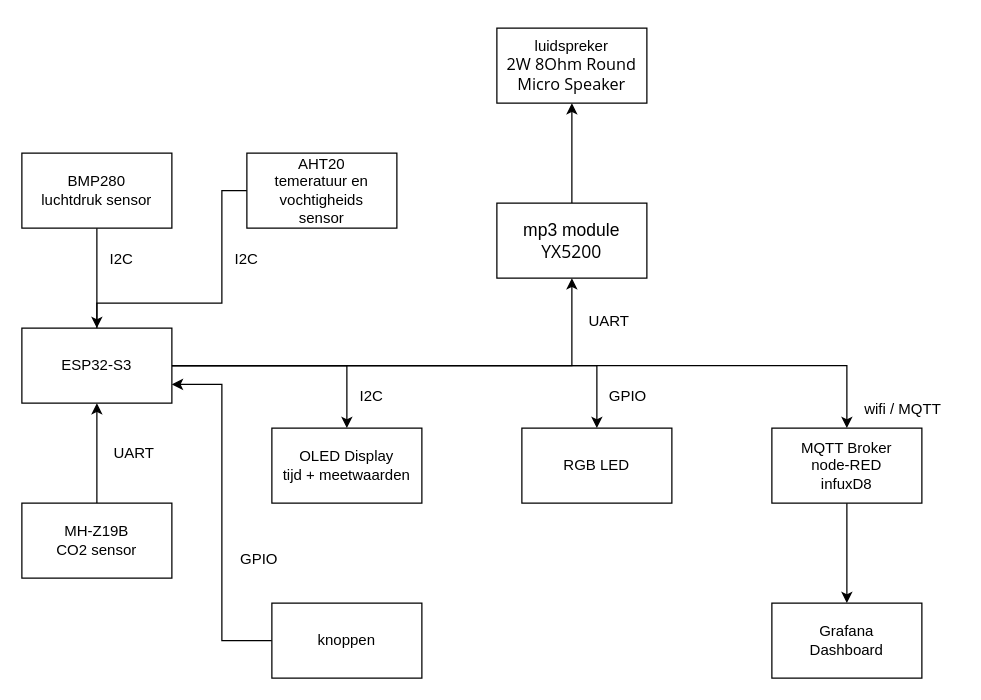
This is docs/blokdiagramIoT.drawio from TiesBerghs447/IoT-smart-air-clock, a draw.io file, before an edit. Source tidied: cells renumbered, new cells numbered last; positions are measured from the earlier drawing's top-left corner, leaving out a move shared by most shapes. Both pictures are drawn from the tidied source at 125%, with x=0, y=0 at pixel (21, 28).
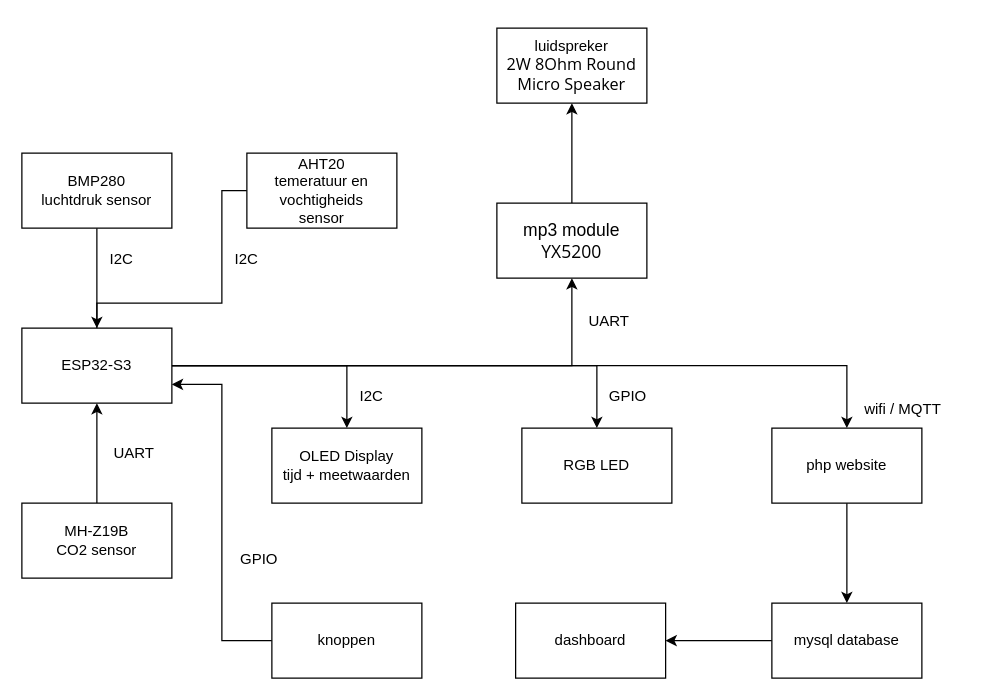
The same page after the edit.

Commit message:
blokschema aangepast naar actuele planning

Change to the diagram source:
```diff
@@
-    <mxCell id="15" value="&lt;div&gt;MQTT Broker&lt;/div&gt;&lt;div&gt;node-RED&lt;/div&gt;&lt;div&gt;infuxD8&lt;/div&gt;" style="whiteSpace=wrap;html=1;" parent="1" vertex="1">
+    <mxCell id="15" value="&lt;div&gt;php website&lt;/div&gt;" style="whiteSpace=wrap;html=1;" parent="1" vertex="1">
       <mxGeometry x="600" y="320" width="120" height="60" as="geometry" />
     </mxCell>
+    <mxCell id="31" style="edgeStyle=orthogonalEdgeStyle;rounded=0;jettySize=auto;html=1;entryX=1;entryY=0.5;entryDx=0;entryDy=0;" parent="1" edge="1" source="16" target="32">
+      <mxGeometry relative="1" as="geometry" />
+    </mxCell>
-    <mxCell id="16" value="Grafana&lt;div&gt;Dashboard&lt;/div&gt;" style="whiteSpace=wrap;html=1;" parent="1" vertex="1">
+    <mxCell id="16" value="mysql database" style="whiteSpace=wrap;html=1;" parent="1" vertex="1">
       <mxGeometry x="600" y="460" width="120" height="60" as="geometry" />
     </mxCell>
@@
+    <mxCell id="32" value="dashboard" style="whiteSpace=wrap;html=1;" parent="1" vertex="1">
+      <mxGeometry x="395" y="460" width="120" height="60" as="geometry" />
+    </mxCell>
```
